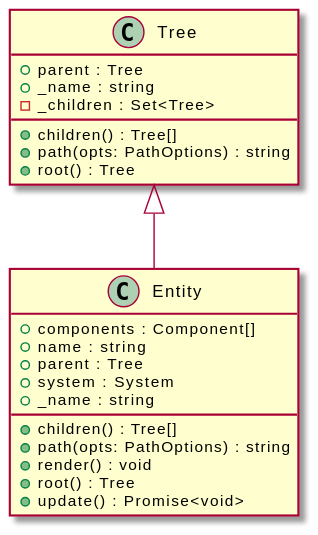
Earlier version of the PlantUML export assets/Entity-umlClassDiagram-222.svg (zorse-lang/adk).
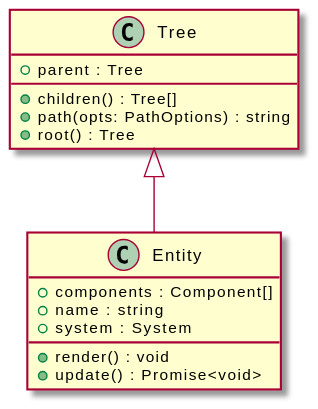
The same diagram one commit later.

The edit, as a diff of the source:
```diff
@@ -5,19 +5,12 @@
 class "Entity" {
     +components : Component[]
     +name : string
-    +parent : Tree
     +system : System
-    +_name : string
-    +children() : Tree[]
-    +path(opts: PathOptions) : string
     +render() : void
-    +root() : Tree
     +update() : Promise<void>
 }
 class "Tree" {
     +parent : Tree
-    +_name : string
-    -_children : Set<Tree>
     +children() : Tree[]
     +path(opts: PathOptions) : string
     +root() : Tree
```
